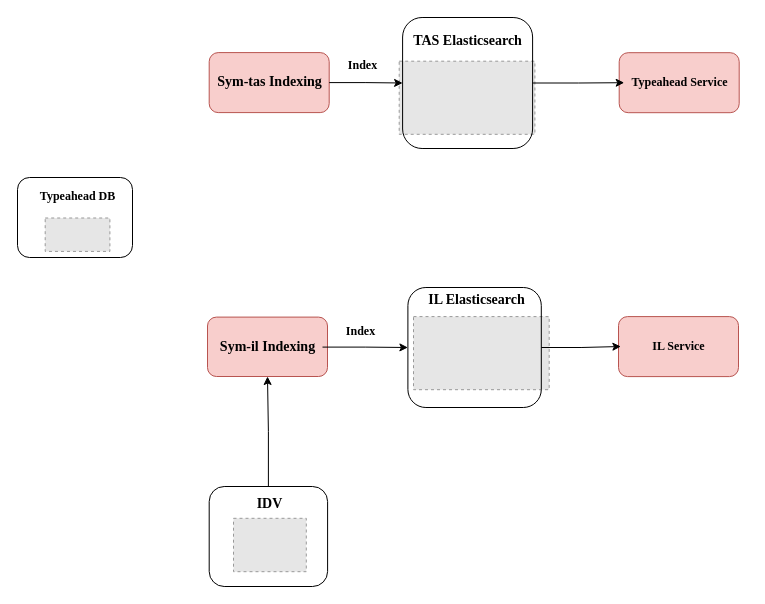
Before: PA-SPAR-Funds.drawio in cthotadi/diagrams, a draw.io diagram. Source tidied: cells renumbered, new cells numbered last; positions are measured from the earlier drawing's top-left corner, leaving out a move shared by most shapes. Both pictures are drawn from the tidied source at 100%, with x=0, y=0 at pixel (17, 17). Pictures stored in the file or linked from it are replaced by grey dashed boxes.
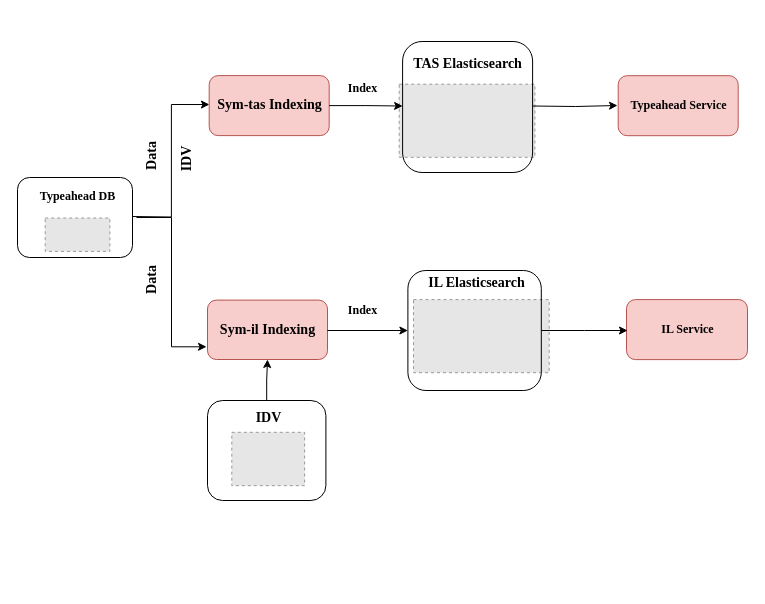
After the change.

Diff of the diagram source:
```diff
@@
+    <mxCell id="29" style="edgeStyle=orthogonalEdgeStyle;rounded=0;jettySize=auto;html=1;entryX=0.002;entryY=0.446;entryDx=0;entryDy=0;entryPerimeter=0;" parent="1" edge="1" target="22">
+      <mxGeometry relative="1" as="geometry">
+        <mxPoint x="115" y="199" as="sourcePoint" />
+      </mxGeometry>
+    </mxCell>
@@
     <mxCell id="5" style="rounded=1;whiteSpace=wrap;html=1;fontFamily=Times New Roman;fontSize=12;fillColor=#f8cecc;strokeColor=#b85450;" parent="1" vertex="1">
-      <mxGeometry x="190" y="299.6" width="120" height="59.4" as="geometry" />
+      <mxGeometry x="190" y="282.6" width="120" height="59.4" as="geometry" />
     </mxCell>
-    <mxCell id="6" style="edgeStyle=orthogonalEdgeStyle;rounded=0;jettySize=auto;html=1;fontFamily=Times New Roman;fontSize=14;" parent="1" edge="1" source="7" target="17">
+    <mxCell id="6" style="edgeStyle=orthogonalEdgeStyle;rounded=0;jettySize=auto;html=1;fontFamily=Times New Roman;fontSize=14;exitX=1.045;exitY=0.52;exitDx=0;exitDy=0;exitPerimeter=0;" parent="1" edge="1" source="7" target="17">
       <mxGeometry relative="1" as="geometry" />
     </mxCell>
     <mxCell id="7" value="Sym-il Indexing" style="text;html=1;align=center;verticalAlign=middle;points=[];fillColor=none;strokeColor=none;rounded=0;fontFamily=Times New Roman;fontSize=14;fontStyle=1;" parent="1" vertex="1">
-      <mxGeometry x="195" y="319.6" width="110" height="20" as="geometry" />
+      <mxGeometry x="195" y="302.6" width="110" height="20" as="geometry" />
     </mxCell>
     <mxCell id="8" style="fillColor=#E6E6E6;strokeColor=#999999;dashed=1;verticalLabelPosition=bottom;verticalAlign=top;" parent="1" vertex="1">
-      <mxGeometry x="396" y="299.1" width="135.7" height="73.1" as="geometry" />
+      <mxGeometry x="396" y="282.1" width="135.7" height="73.1" as="geometry" />
     </mxCell>
     <mxCell id="9" style="fillColor=#E6E6E6;strokeColor=#999999;dashed=1;verticalLabelPosition=bottom;verticalAlign=top;" parent="1" vertex="1">
-      <mxGeometry x="216" y="500.8" width="72.8" height="53.4" as="geometry" />
+      <mxGeometry x="214.3" y="414.8" width="72.8" height="53.4" as="geometry" />
     </mxCell>
     <mxCell id="10" value="IDV" style="text;html=1;align=center;verticalAlign=middle;fillColor=none;strokeColor=none;rounded=0;fontFamily=Times New Roman;fontSize=14;fontStyle=1;" parent="1" vertex="1">
-      <mxGeometry x="232.4" y="477" width="40" height="20" as="geometry" />
+      <mxGeometry x="230.7" y="391" width="40" height="20" as="geometry" />
     </mxCell>
     <mxCell id="11" style="rounded=1;whiteSpace=wrap;html=1;fontFamily=Times New Roman;fontSize=12;fillColor=#f8cecc;strokeColor=#b85450;" parent="1" vertex="1">
-      <mxGeometry x="601" y="299.1" width="120" height="60" as="geometry" />
+      <mxGeometry x="609" y="282.1" width="121" height="60" as="geometry" />
     </mxCell>
     <mxCell id="12" value="IL Service" style="text;html=1;align=center;verticalAlign=middle;fillColor=none;strokeColor=none;rounded=0;fontFamily=Times New Roman;fontSize=12;fontStyle=1;" parent="1" vertex="1">
-      <mxGeometry x="626" y="319.1" width="70" height="20" as="geometry" />
+      <mxGeometry x="635" y="302.1" width="70" height="20" as="geometry" />
     </mxCell>
@@
     <mxCell id="14" style="rounded=1;whiteSpace=wrap;html=1;fontFamily=Times New Roman;fontSize=14;fillColor=none;" parent="1" vertex="1">
-      <mxGeometry x="191.7" y="469" width="118.4" height="100" as="geometry" />
+      <mxGeometry x="190" y="383" width="118.4" height="100" as="geometry" />
     </mxCell>
     <mxCell id="15" value="IL Elasticsearch" style="text;html=1;align=center;verticalAlign=middle;fillColor=none;strokeColor=none;rounded=0;fontFamily=Times New Roman;fontSize=14;fontStyle=1;" parent="1" vertex="1">
-      <mxGeometry x="404.4" y="272.5" width="110" height="20" as="geometry" />
+      <mxGeometry x="404.4" y="255.5" width="110" height="20" as="geometry" />
     </mxCell>
-    <mxCell id="16" style="edgeStyle=orthogonalEdgeStyle;rounded=0;jettySize=auto;html=1;fontFamily=Times New Roman;fontSize=14;" parent="1" edge="1" source="17">
+    <mxCell id="16" style="edgeStyle=orthogonalEdgeStyle;rounded=0;jettySize=auto;html=1;fontFamily=Times New Roman;fontSize=14;exitX=1;exitY=0.5;exitDx=0;exitDy=0;" parent="1" edge="1" source="17">
       <mxGeometry relative="1" as="geometry">
-        <mxPoint x="603.4" y="329" as="targetPoint" />
+        <mxPoint x="610" y="313" as="targetPoint" />
       </mxGeometry>
     </mxCell>
     <mxCell id="17" style="rounded=1;whiteSpace=wrap;html=1;fontFamily=Times New Roman;fontSize=14;fillColor=none;" parent="1" vertex="1">
-      <mxGeometry x="390.4" y="270" width="133.4" height="120" as="geometry" />
+      <mxGeometry x="390.4" y="253" width="133.4" height="120" as="geometry" />
     </mxCell>
     <mxCell id="18" value="Index" style="text;html=1;align=center;verticalAlign=middle;fillColor=none;strokeColor=none;rounded=0;fontFamily=Times New Roman;fontSize=12;fontStyle=1;" parent="1" vertex="1">
-      <mxGeometry x="323.4" y="304" width="40" height="20" as="geometry" />
+      <mxGeometry x="325.1" y="283" width="40" height="20" as="geometry" />
     </mxCell>
     <mxCell id="19" style="fillColor=#E6E6E6;strokeColor=#999999;dashed=1;verticalLabelPosition=bottom;verticalAlign=top;" parent="1" vertex="1">
-      <mxGeometry x="381.7" y="43.7" width="135.7" height="73.1" as="geometry" />
+      <mxGeometry x="381.7" y="66.7" width="135.7" height="73.1" as="geometry" />
     </mxCell>
     <mxCell id="20" style="rounded=1;whiteSpace=wrap;html=1;fontFamily=Times New Roman;fontSize=12;fillColor=#f8cecc;strokeColor=#b85450;" parent="1" vertex="1">
-      <mxGeometry x="191.7" y="35.1" width="120" height="60" as="geometry" />
+      <mxGeometry x="191.7" y="58.1" width="120" height="60" as="geometry" />
     </mxCell>
-    <mxCell id="21" style="edgeStyle=orthogonalEdgeStyle;rounded=0;jettySize=auto;html=1;fontFamily=Times New Roman;fontSize=14;" parent="1" edge="1" source="22" target="27">
-      <mxGeometry relative="1" as="geometry" />
+    <mxCell id="21" style="edgeStyle=orthogonalEdgeStyle;rounded=0;jettySize=auto;html=1;fontFamily=Times New Roman;fontSize=14;" parent="1" edge="1" source="22">
+      <mxGeometry relative="1" as="geometry">
+        <mxPoint x="385.1" y="88.5" as="targetPoint" />
+      </mxGeometry>
     </mxCell>
     <mxCell id="22" value="Sym-tas Indexing" style="text;html=1;align=center;verticalAlign=middle;points=[];fillColor=none;strokeColor=none;rounded=0;fontFamily=Times New Roman;fontSize=14;fontStyle=1;" parent="1" vertex="1">
-      <mxGeometry x="191.7" y="55.1" width="120" height="20" as="geometry" />
+      <mxGeometry x="191.7" y="78.1" width="120" height="20" as="geometry" />
     </mxCell>
     <mxCell id="23" style="rounded=1;whiteSpace=wrap;html=1;fontFamily=Times New Roman;fontSize=12;fillColor=#f8cecc;strokeColor=#b85450;" parent="1" vertex="1">
-      <mxGeometry x="601.7" y="35.2" width="120" height="60" as="geometry" />
+      <mxGeometry x="600.7" y="58.2" width="120" height="60" as="geometry" />
     </mxCell>
     <mxCell id="24" value="Typeahead Service" style="text;html=1;align=center;verticalAlign=middle;points=[];fillColor=none;strokeColor=none;rounded=0;fontFamily=Times New Roman;fontSize=12;fontStyle=1;" parent="1" vertex="1">
-      <mxGeometry x="606.7" y="55.2" width="110" height="20" as="geometry" />
+      <mxGeometry x="605.7" y="78.2" width="110" height="20" as="geometry" />
     </mxCell>
     <mxCell id="25" value="TAS Elasticsearch" style="text;html=1;align=center;verticalAlign=middle;fillColor=none;strokeColor=none;rounded=0;fontFamily=Times New Roman;fontSize=14;fontStyle=1;" parent="1" vertex="1">
-      <mxGeometry x="389.6" y="14" width="120" height="20" as="geometry" />
+      <mxGeometry x="389.6" y="37" width="120" height="20" as="geometry" />
     </mxCell>
-    <mxCell id="26" style="edgeStyle=orthogonalEdgeStyle;rounded=0;jettySize=auto;html=1;fontFamily=Times New Roman;fontSize=14;" parent="1" edge="1" source="27" target="24">
-      <mxGeometry relative="1" as="geometry" />
+    <mxCell id="26" style="edgeStyle=orthogonalEdgeStyle;rounded=0;orthogonalLoop=1;jettySize=auto;html=1;fontFamily=Times New Roman;fontSize=14;" parent="1" edge="1">
+      <mxGeometry relative="1" as="geometry">
+        <mxPoint x="515.1" y="88.5" as="sourcePoint" />
+        <mxPoint x="600" y="88" as="targetPoint" />
+      </mxGeometry>
     </mxCell>
     <mxCell id="27" style="rounded=1;whiteSpace=wrap;html=1;fontFamily=Times New Roman;fontSize=14;fillColor=none;" parent="1" vertex="1">
-      <mxGeometry x="385.1" width="130" height="131" as="geometry" />
+      <mxGeometry x="385.1" y="24" width="130" height="131" as="geometry" />
     </mxCell>
     <mxCell id="28" value="Index" style="text;html=1;align=center;verticalAlign=middle;fillColor=none;strokeColor=none;rounded=0;fontFamily=Times New Roman;fontSize=12;fontStyle=1;" parent="1" vertex="1">
-      <mxGeometry x="325.1" y="38.2" width="40" height="20" as="geometry" />
+      <mxGeometry x="325.1" y="61.2" width="40" height="20" as="geometry" />
     </mxCell>
+    <mxCell id="30" style="edgeStyle=orthogonalEdgeStyle;rounded=0;orthogonalLoop=1;jettySize=auto;html=1;entryX=0;entryY=0.5;entryDx=0;entryDy=0;" parent="1" edge="1">
+      <mxGeometry relative="1" as="geometry">
+        <mxPoint x="119" y="200" as="sourcePoint" />
+        <mxPoint x="189" y="329.3" as="targetPoint" />
+        <Array as="points">
+          <mxPoint x="154" y="200" />
+          <mxPoint x="154" y="329" />
+        </Array>
+      </mxGeometry>
+    </mxCell>
+    <mxCell id="31" value="Data" style="text;html=1;align=center;verticalAlign=middle;fillColor=none;strokeColor=none;rounded=0;fontFamily=Times New Roman;fontSize=14;rotation=270;fontStyle=1;" parent="1" vertex="1">
+      <mxGeometry x="115" y="129" width="40" height="20" as="geometry" />
+    </mxCell>
+    <mxCell id="32" value="IDV" style="text;html=1;align=center;verticalAlign=middle;fillColor=none;strokeColor=none;rounded=0;fontFamily=Times New Roman;fontSize=14;rotation=270;fontStyle=1;" parent="1" vertex="1">
+      <mxGeometry x="150" y="132" width="40" height="20" as="geometry" />
+    </mxCell>
+    <mxCell id="33" value="Data" style="text;html=1;align=center;verticalAlign=middle;fillColor=none;strokeColor=none;rounded=0;fontFamily=Times New Roman;fontSize=14;rotation=270;fontStyle=1;" parent="1" vertex="1">
+      <mxGeometry x="115" y="253" width="40" height="20" as="geometry" />
+    </mxCell>
```
